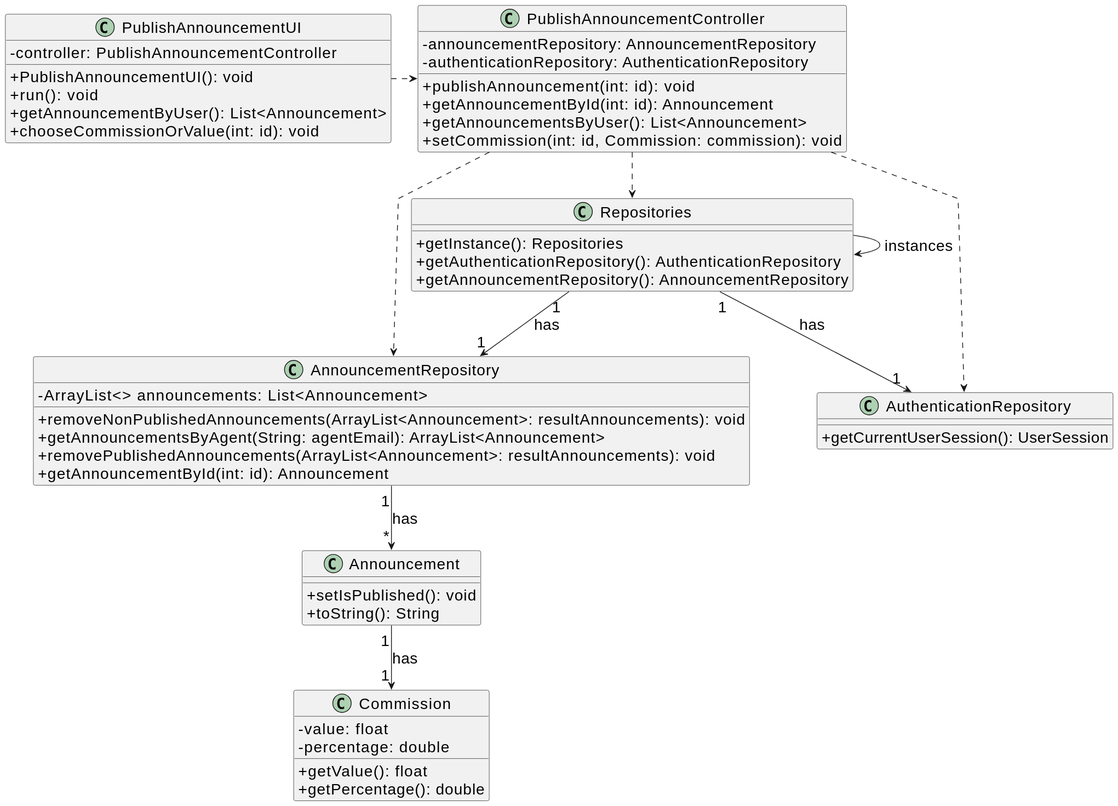
Goncalves2525/real-estate-management-system keeps this PlantUML diagram as docs/sprintB/us002/03.design/svg/us002-class-diagram.svg. Above is the earlier version.
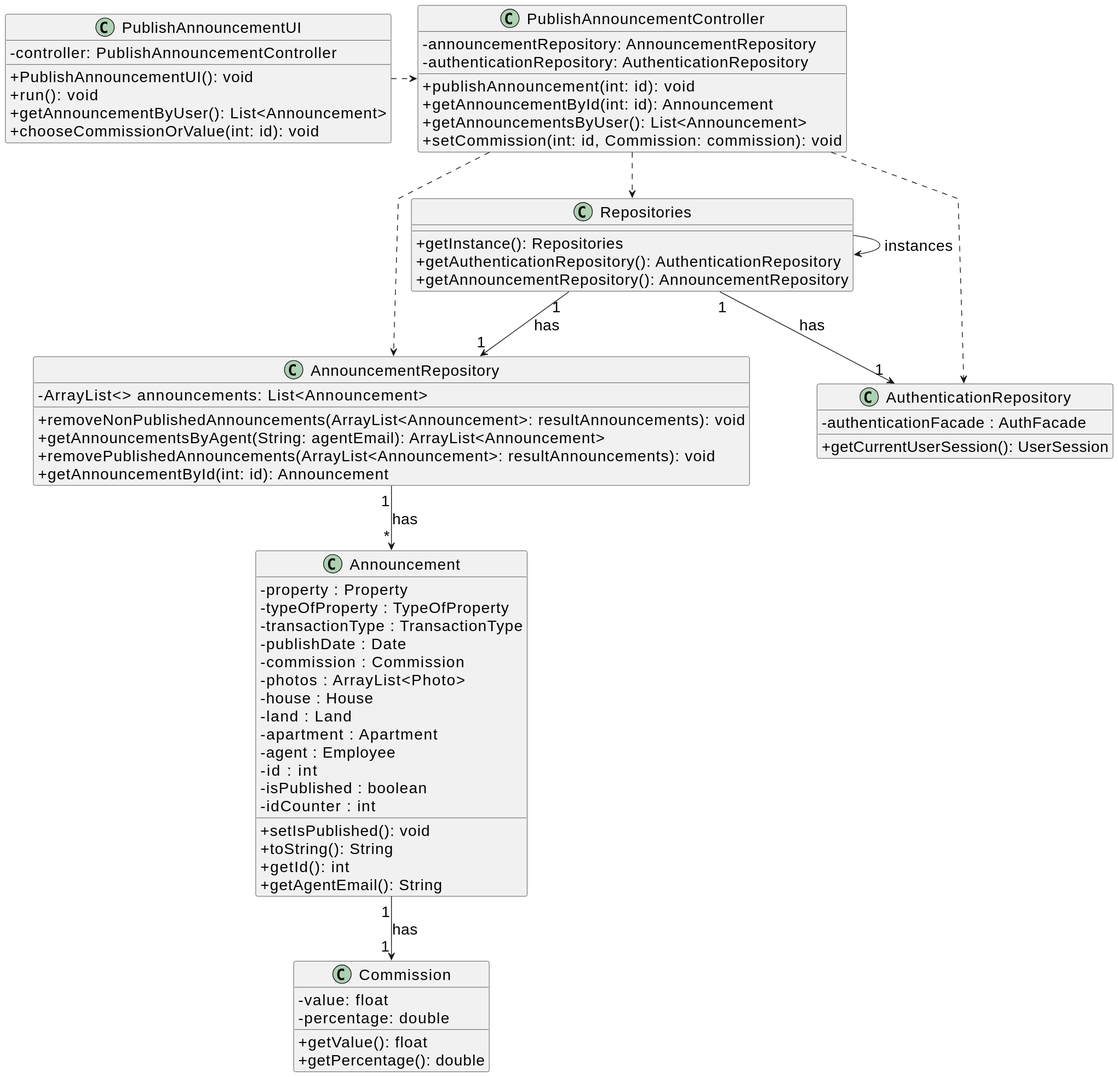
Later version of the same file.

Diff of the diagram source:
```diff
@@ -9,8 +9,23 @@
 skinparam classAttributeIconSize 0
 
 class Announcement {
-    +setIsPublished(): void
-    +toString(): String
+ -property : Property
+ -typeOfProperty : TypeOfProperty
+ -transactionType : TransactionType
+ -publishDate : Date
+ -commission : Commission
+ -photos : ArrayList<Photo>
+ -house : House
+ -land : Land
+ -apartment : Apartment
+ -agent : Employee
+ -id : int
+ -isPublished : boolean
+ -idCounter : int
+ +setIsPublished(): void
+ +toString(): String
+ +getId(): int
+ +getAgentEmail(): String
 }
 
 class Commission {
@@ -32,6 +47,7 @@
 
 
 class AuthenticationRepository{
+ -authenticationFacade : AuthFacade
  +getCurrentUserSession(): UserSession
 }
 
```
